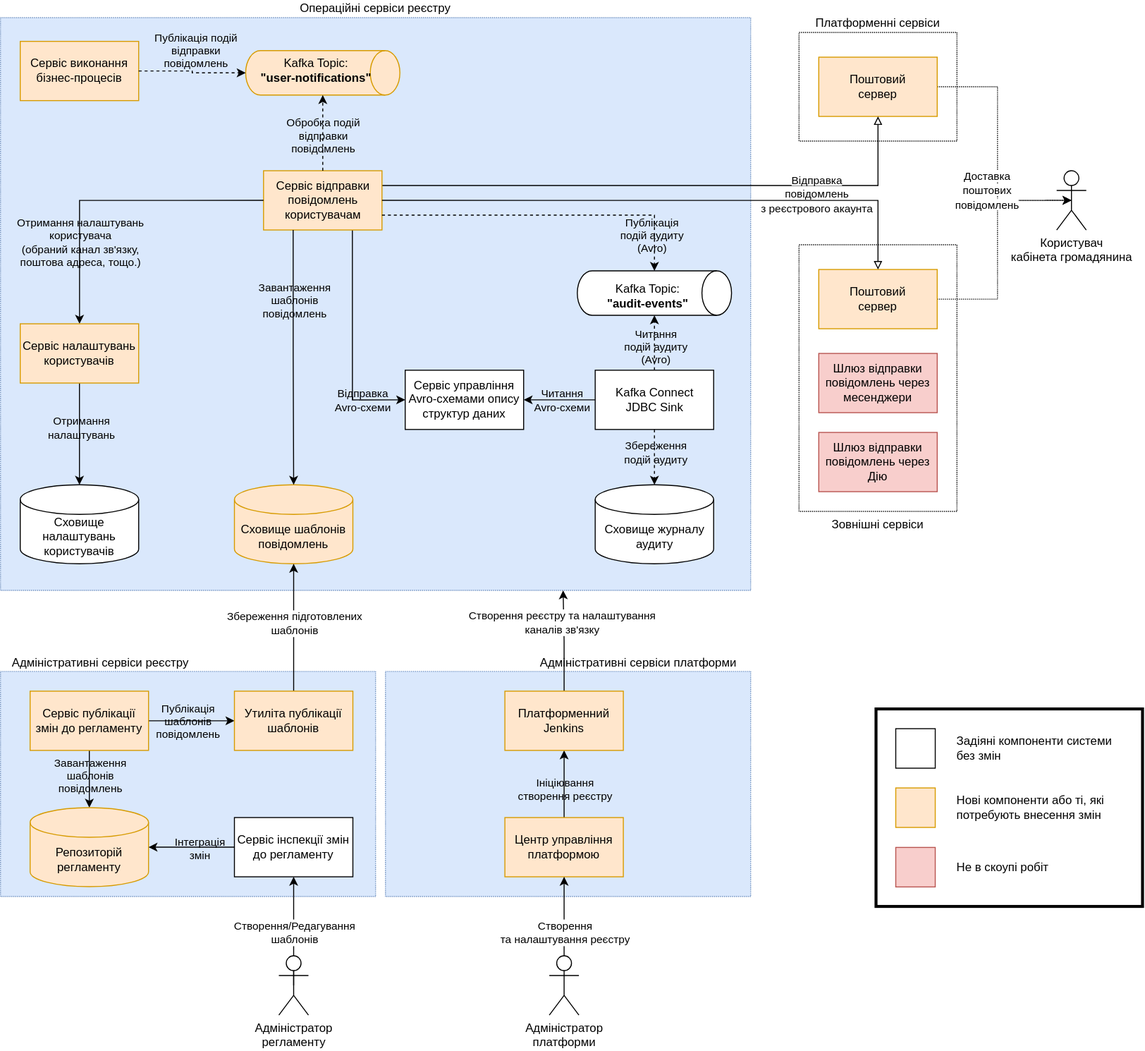
Above: modules/tech/images/lowcode/notifications/notifications-design.svg in epam/edp-ddm-architecture (draw.io), before the change. Source tidied: cells renumbered, new cells last; positions are measured from the earlier drawing's top-left corner, leaving out a move shared by most shapes.
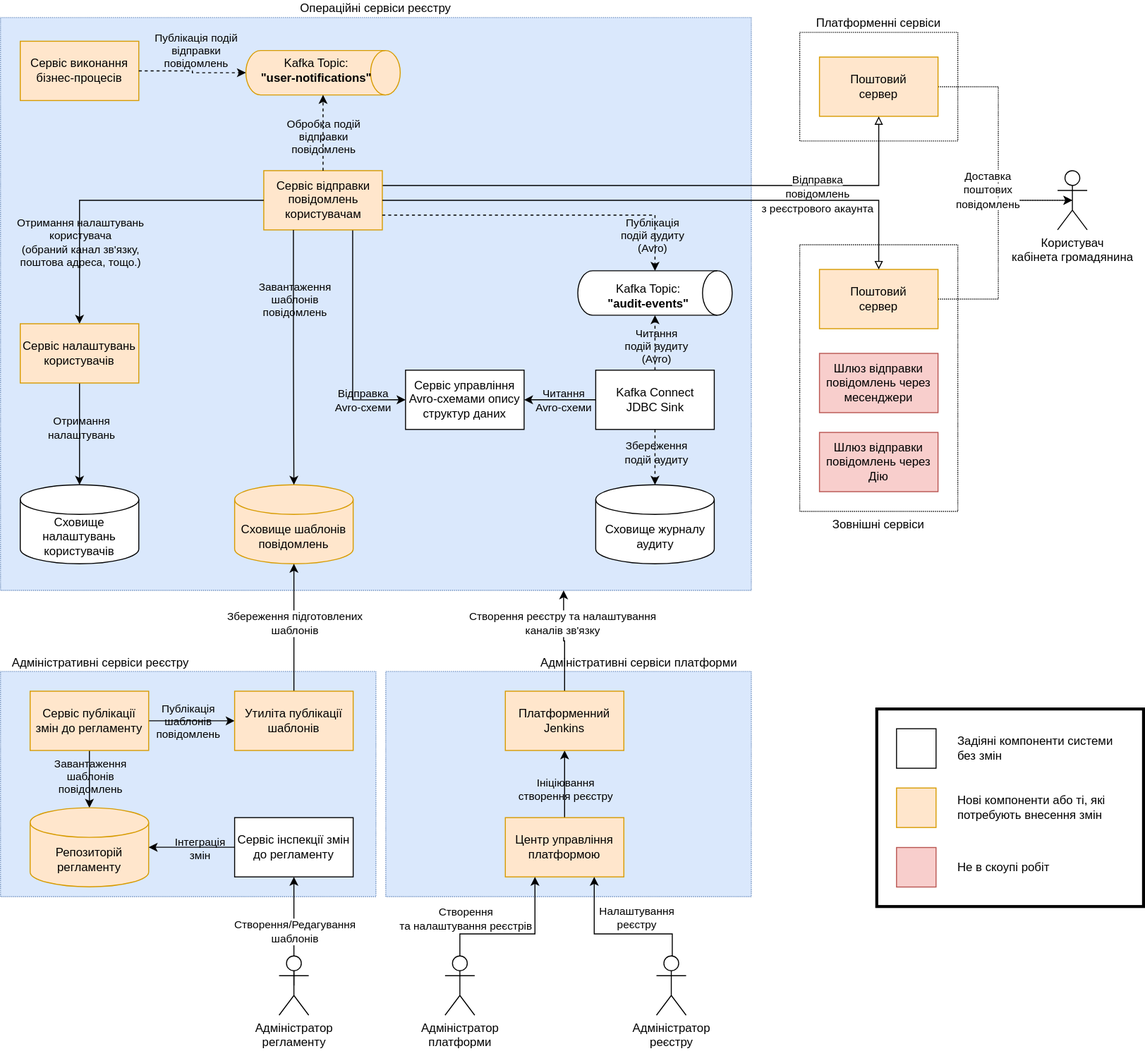
Above is the later version.

Commit message:
[MDTUDDM-12263] User notifications tech design

What changed in the source:
```diff
@@ -244,16 +244,21 @@
     <mxCell id="66" value="Сервіс інспекції змін до регламенту" style="rounded=0;whiteSpace=wrap;html=1;" parent="1" vertex="1">
       <mxGeometry x="237" y="832.2" width="120" height="60" as="geometry" />
     </mxCell>
-    <mxCell id="67" style="edgeStyle=orthogonalEdgeStyle;rounded=0;jettySize=auto;html=1;" parent="1" edge="1" source="69" target="57">
-      <mxGeometry relative="1" as="geometry" />
+    <mxCell id="67" style="edgeStyle=orthogonalEdgeStyle;rounded=0;jettySize=auto;html=1;entryX=0.25;entryY=1;entryDx=0;entryDy=0;" parent="1" edge="1" source="69" target="57">
+      <mxGeometry relative="1" as="geometry">
+        <Array as="points">
+          <mxPoint x="465" y="950" />
+          <mxPoint x="541" y="950" />
+        </Array>
+      </mxGeometry>
     </mxCell>
-    <mxCell id="68" value="Створення&lt;br&gt;та налаштування реєстру" style="edgeLabel;html=1;align=center;verticalAlign=middle;" parent="67" vertex="1">
+    <mxCell id="68" value="Створення&lt;br&gt;та налаштування реєстрів" style="edgeLabel;html=1;align=center;verticalAlign=middle;labelBackgroundColor=none;" parent="67" vertex="1">
       <mxGeometry x="-0.52" relative="1" as="geometry">
-        <mxPoint y="-6" as="offset" />
+        <mxPoint x="-9" y="-16" as="offset" />
       </mxGeometry>
     </mxCell>
     <mxCell id="69" value="Адміністратор &lt;br&gt;платформи" style="shape=umlActor;verticalLabelPosition=bottom;verticalAlign=top;html=1;outlineConnect=0;" parent="1" vertex="1">
-      <mxGeometry x="556" y="972.2" width="30" height="60" as="geometry" />
+      <mxGeometry x="450" y="972.2" width="30" height="60" as="geometry" />
     </mxCell>
     <mxCell id="70" value="&lt;span style=&quot;font-size: 11px ; background-color: rgb(255 , 255 , 255)&quot;&gt;Відправка&lt;/span&gt;&lt;br style=&quot;font-size: 11px&quot;&gt;&lt;span style=&quot;font-size: 11px ; background-color: rgb(255 , 255 , 255)&quot;&gt;повідомлень&lt;/span&gt;&lt;br style=&quot;font-size: 11px&quot;&gt;&lt;span style=&quot;font-size: 11px ; background-color: rgb(255 , 255 , 255)&quot;&gt;з реєстрового акаунта&lt;/span&gt;" style="text;html=1;strokeColor=none;fillColor=none;align=center;verticalAlign=middle;whiteSpace=wrap;rounded=0;" parent="1" vertex="1">
       <mxGeometry x="768" y="176.2" width="119" height="50" as="geometry" />
@@ -294,5 +299,22 @@
     <mxCell id="82" value="Не в скоупі робіт" style="text;html=1;strokeColor=none;fillColor=none;align=left;verticalAlign=middle;whiteSpace=wrap;rounded=0;" parent="1" vertex="1">
       <mxGeometry x="967" y="862.5" width="180" height="40" as="geometry" />
     </mxCell>
+    <mxCell id="83" style="edgeStyle=orthogonalEdgeStyle;rounded=0;jettySize=auto;html=1;entryX=0.75;entryY=1;entryDx=0;entryDy=0;exitX=0.5;exitY=0;exitDx=0;exitDy=0;exitPerimeter=0;" parent="1" edge="1" source="85" target="57">
+      <mxGeometry relative="1" as="geometry">
+        <Array as="points">
+          <mxPoint x="680" y="972" />
+          <mxPoint x="680" y="950" />
+          <mxPoint x="601" y="950" />
+        </Array>
+      </mxGeometry>
+    </mxCell>
+    <mxCell id="84" value="Налаштування &lt;br&gt;реєстру" style="edgeLabel;html=1;align=center;verticalAlign=middle;labelBackgroundColor=none;" parent="83" vertex="1">
+      <mxGeometry x="0.27" y="3" relative="1" as="geometry">
+        <mxPoint x="41" y="-20" as="offset" />
+      </mxGeometry>
+    </mxCell>
+    <mxCell id="85" value="Адміністратор &lt;br&gt;реєстру" style="shape=umlActor;verticalLabelPosition=bottom;verticalAlign=top;html=1;outlineConnect=0;" parent="1" vertex="1">
+      <mxGeometry x="664" y="972.2" width="30" height="60" as="geometry" />
+    </mxCell>
   </root>
 </mxGraphModel>
```
